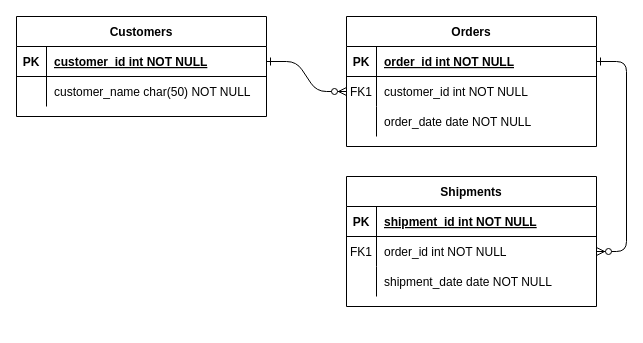
Before: Untitled Diagram.drawio in EvanHendersonRichtByte/report-it-database-design, a draw.io diagram. Source tidied: cells renumbered, new cells numbered last; positions are measured from the earlier drawing's top-left corner, leaving out a move shared by most shapes. Both pictures are drawn from the tidied source at 100%, with x=0, y=0 at pixel (16, 16).
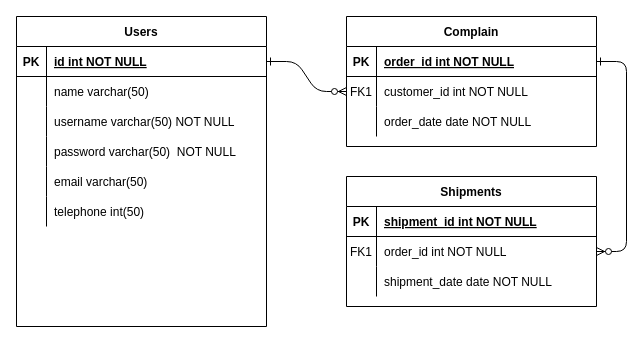
The same diagram, later.

Unchanged cells that the change refers to:
```xml
<mxCell id="25" style="shape=partialRectangle;fillColor=none;points=[[0,0.5],[1,0.5]];portConstraint=eastwest;top=0;left=0;right=0;bottom=1;" parent="24" vertex="1">
  <mxGeometry y="30" width="250" height="30" as="geometry" />
</mxCell>
<mxCell id="28" style="shape=partialRectangle;fillColor=none;top=0;left=0;right=0;bottom=0;" parent="24" vertex="1">
  <mxGeometry y="60" width="250" height="30" as="geometry" />
</mxCell>
```

Change to the diagram source:
```diff
@@
-    <mxCell id="4" value="Orders" style="shape=table;startSize=30;childLayout=tableLayout;rowLines=0;fontStyle=1;align=center;" parent="1" vertex="1">
+    <mxCell id="4" value="Complain" style="shape=table;startSize=30;childLayout=tableLayout;rowLines=0;fontStyle=1;align=center;" parent="1" vertex="1">
       <mxGeometry x="330" width="250" height="130" as="geometry" />
     </mxCell>
@@
-    <mxCell id="24" value="Customers" style="shape=table;startSize=30;childLayout=tableLayout;rowLines=0;fontStyle=1;align=center;" parent="1" vertex="1">
-      <mxGeometry width="250" height="100" as="geometry" />
+    <mxCell id="24" value="Users" style="shape=table;startSize=30;childLayout=tableLayout;rowLines=0;fontStyle=1;align=center;" parent="1" vertex="1">
+      <mxGeometry width="250" height="310" as="geometry" />
     </mxCell>
@@
-    <mxCell id="27" value="customer_id int NOT NULL " style="shape=partialRectangle;overflow=hidden;fillColor=none;top=0;left=0;bottom=0;right=0;align=left;spacingLeft=6;fontStyle=5;" parent="25" vertex="1">
+    <mxCell id="27" value="id int NOT NULL " style="shape=partialRectangle;overflow=hidden;fillColor=none;top=0;left=0;bottom=0;right=0;align=left;spacingLeft=6;fontStyle=5;" parent="25" vertex="1">
       <mxGeometry x="30" width="220" height="30" as="geometry" />
     </mxCell>
@@
-    <mxCell id="30" value="customer_name char(50) NOT NULL" style="shape=partialRectangle;overflow=hidden;fillColor=none;top=0;left=0;bottom=0;right=0;align=left;spacingLeft=6;" parent="28" vertex="1">
+    <mxCell id="30" value="name varchar(50)" style="shape=partialRectangle;overflow=hidden;fillColor=none;top=0;left=0;bottom=0;right=0;align=left;spacingLeft=6;" parent="28" vertex="1">
       <mxGeometry x="30" width="220" height="30" as="geometry" />
     </mxCell>
+    <mxCell id="31" style="shape=partialRectangle;fillColor=none;top=0;left=0;right=0;bottom=0;" parent="24" vertex="1">
+      <mxGeometry y="90" width="250" height="30" as="geometry" />
+    </mxCell>
+    <mxCell id="32" style="shape=partialRectangle;overflow=hidden;fillColor=none;top=0;left=0;bottom=0;right=0;" parent="31" vertex="1">
+      <mxGeometry width="30" height="30" as="geometry" />
+    </mxCell>
+    <mxCell id="33" value="username varchar(50) NOT NULL" style="shape=partialRectangle;overflow=hidden;fillColor=none;top=0;left=0;bottom=0;right=0;align=left;spacingLeft=6;" parent="31" vertex="1">
+      <mxGeometry x="30" width="220" height="30" as="geometry" />
+    </mxCell>
+    <mxCell id="34" style="shape=partialRectangle;fillColor=none;top=0;left=0;right=0;bottom=0;" parent="24" vertex="1">
+      <mxGeometry y="120" width="250" height="30" as="geometry" />
+    </mxCell>
+    <mxCell id="35" style="shape=partialRectangle;overflow=hidden;fillColor=none;top=0;left=0;bottom=0;right=0;" parent="34" vertex="1">
+      <mxGeometry width="30" height="30" as="geometry" />
+    </mxCell>
+    <mxCell id="36" value="password varchar(50)  NOT NULL" style="shape=partialRectangle;overflow=hidden;fillColor=none;top=0;left=0;bottom=0;right=0;align=left;spacingLeft=6;" parent="34" vertex="1">
+      <mxGeometry x="30" width="220" height="30" as="geometry" />
+    </mxCell>
+    <mxCell id="37" style="shape=partialRectangle;fillColor=none;top=0;left=0;right=0;bottom=0;" parent="24" vertex="1">
+      <mxGeometry y="150" width="250" height="30" as="geometry" />
+    </mxCell>
+    <mxCell id="38" style="shape=partialRectangle;overflow=hidden;fillColor=none;top=0;left=0;bottom=0;right=0;" parent="37" vertex="1">
+      <mxGeometry width="30" height="30" as="geometry" />
+    </mxCell>
+    <mxCell id="39" value="email varchar(50) " style="shape=partialRectangle;overflow=hidden;fillColor=none;top=0;left=0;bottom=0;right=0;align=left;spacingLeft=6;" parent="37" vertex="1">
+      <mxGeometry x="30" width="220" height="30" as="geometry" />
+    </mxCell>
+    <mxCell id="40" style="shape=partialRectangle;fillColor=none;top=0;left=0;right=0;bottom=0;" parent="24" vertex="1">
+      <mxGeometry y="180" width="250" height="30" as="geometry" />
+    </mxCell>
+    <mxCell id="41" style="shape=partialRectangle;overflow=hidden;fillColor=none;top=0;left=0;bottom=0;right=0;" parent="40" vertex="1">
+      <mxGeometry width="30" height="30" as="geometry" />
+    </mxCell>
+    <mxCell id="42" value="telephone int(50)" style="shape=partialRectangle;overflow=hidden;fillColor=none;top=0;left=0;bottom=0;right=0;align=left;spacingLeft=6;" parent="40" vertex="1">
+      <mxGeometry x="30" width="220" height="30" as="geometry" />
+    </mxCell>
```
